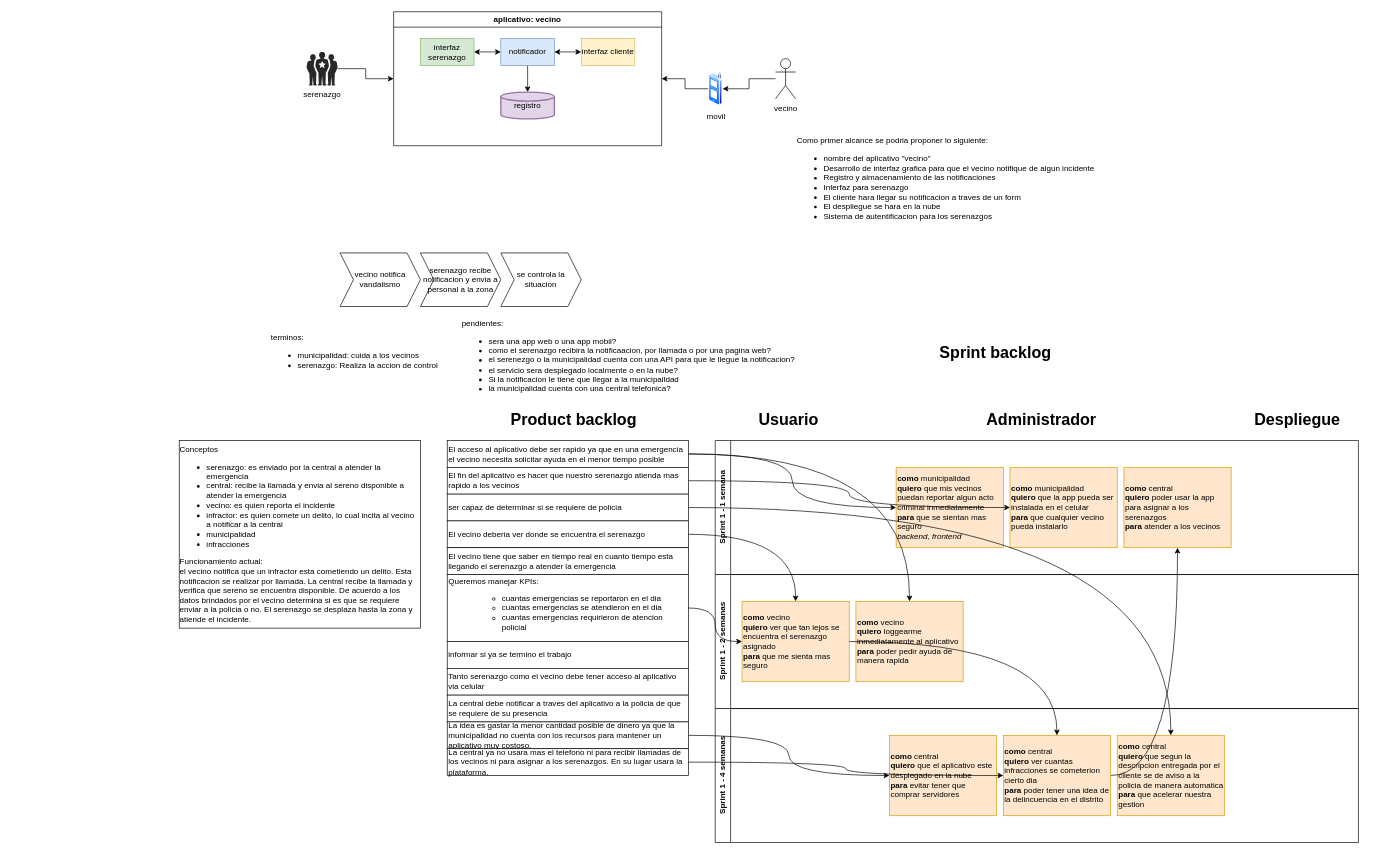
Before: Diagrama sin título.drawio in josueelias9/RetoTecnico, a draw.io diagram. Source tidied: cells renumbered, new cells numbered last; positions are measured from the earlier drawing's top-left corner, leaving out a move shared by most shapes. Both pictures are drawn from the tidied source at 67%, with x=0, y=0 at pixel (179, 11).
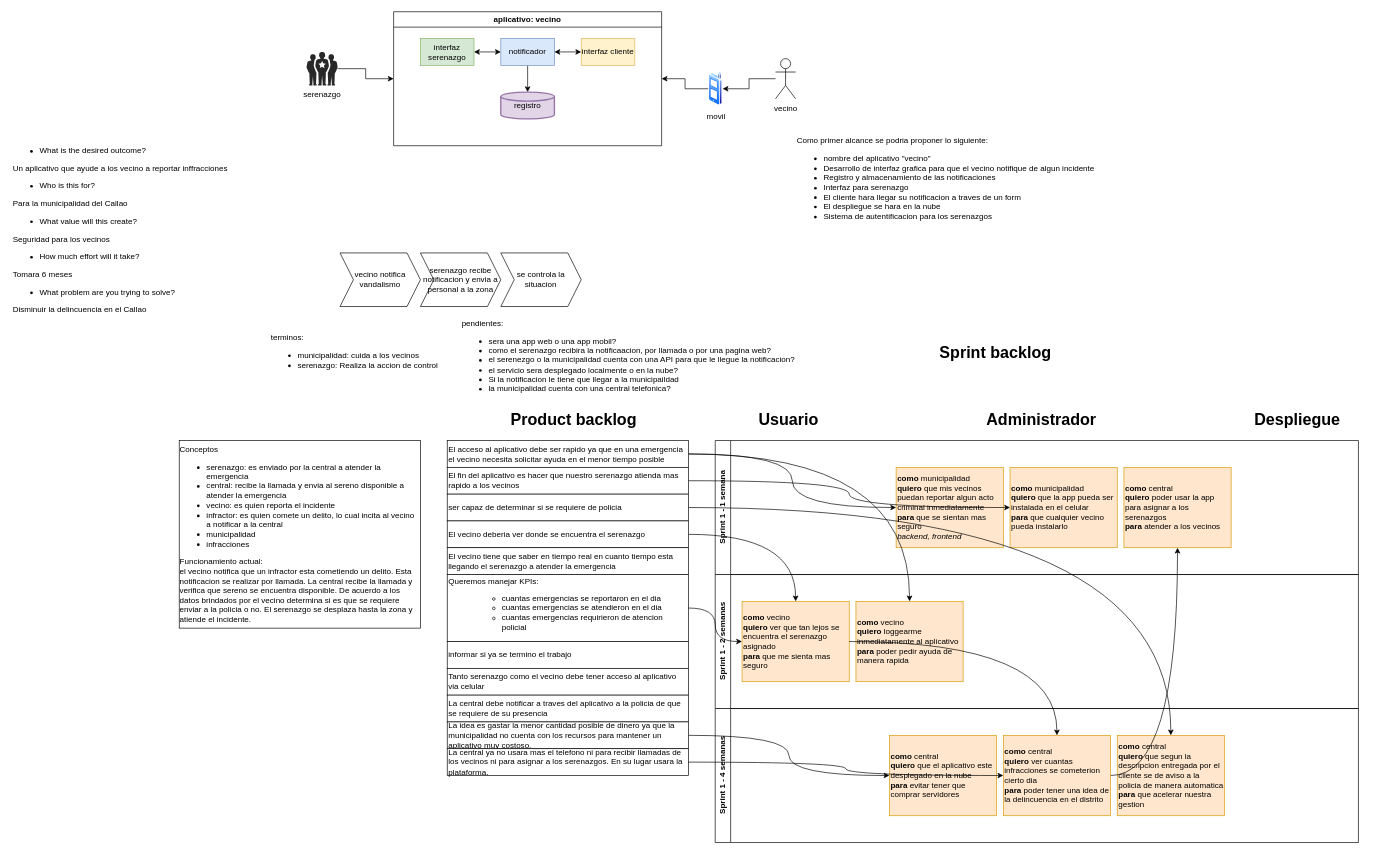
The same page after the edit.

Change to the diagram source:
```diff
@@
+    <mxCell id="60" value="&lt;ul&gt;&lt;li&gt;What is the desired outcome?&amp;nbsp;&lt;/li&gt;&lt;/ul&gt;&lt;div&gt;Un aplicativo que ayude a los vecino a reportar inffracciones&lt;/div&gt;&lt;ul&gt;&lt;li&gt;Who is this for?&amp;nbsp;&lt;/li&gt;&lt;/ul&gt;&lt;div&gt;Para la municipalidad del Callao&lt;/div&gt;&lt;ul&gt;&lt;li&gt;What value will this create?&amp;nbsp;&lt;/li&gt;&lt;/ul&gt;&lt;div&gt;Seguridad para los vecinos&lt;/div&gt;&lt;ul&gt;&lt;li&gt;How much effort will it take?&lt;/li&gt;&lt;/ul&gt;&lt;div&gt;Tomara 6 meses&lt;/div&gt;&lt;ul&gt;&lt;li&gt;What problem are you trying to solve?&lt;br&gt;&lt;/li&gt;&lt;/ul&gt;&lt;div&gt;Disminuir la delincuencia en el Callao&lt;/div&gt;" style="text;html=1;align=left;verticalAlign=middle;strokeColor=none;fillColor=none;" parent="1" vertex="1">
+      <mxGeometry x="-250" y="180" width="340" height="280" as="geometry" />
+    </mxCell>
```
